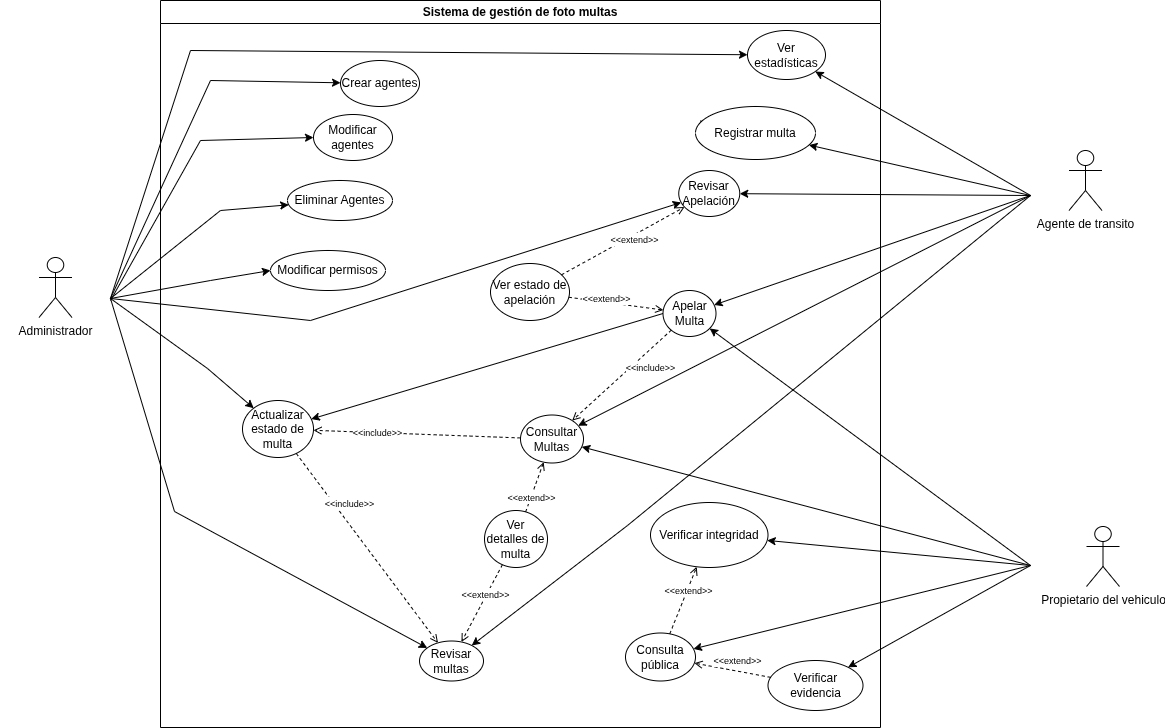
Earlier version of the draw.io export Images/CasosUso.png (CristianGT089/fotomultas). Source tidied: cells renumbered, new cells last; positions are measured from the earlier drawing's top-left corner, leaving out a move shared by most shapes.
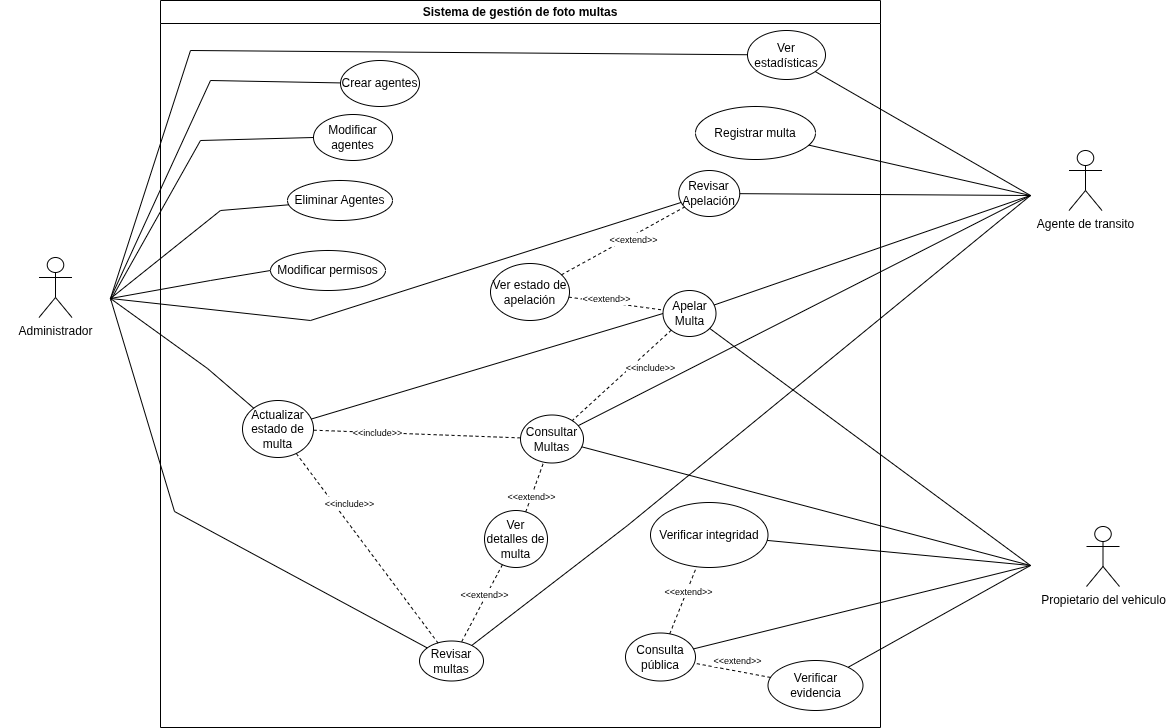
After the change.

Diff of the diagram source:
```diff
@@ -23,7 +23,7 @@
     <mxCell id="8" value="Registrar multa" style="ellipse;whiteSpace=wrap;html=1;" parent="2" vertex="1">
       <mxGeometry x="535" y="106" width="120" height="53" as="geometry" />
     </mxCell>
-    <mxCell id="9" style="html=1;verticalAlign=bottom;labelBackgroundColor=none;endArrow=open;endFill=0;dashed=1;rounded=0;" parent="2" edge="1" source="6" target="7">
+    <mxCell id="9" style="html=1;verticalAlign=bottom;labelBackgroundColor=none;endArrow=none;endFill=0;dashed=1;rounded=0;" parent="2" edge="1" source="6" target="7">
       <mxGeometry x="-0.38" y="31" relative="1" as="geometry" />
     </mxCell>
     <mxCell id="10" value="&lt;span style=&quot;font-size: 9px;&quot;&gt;&amp;lt;&amp;lt;extend&amp;gt;&amp;gt;&lt;/span&gt;" style="edgeLabel;html=1;align=center;verticalAlign=middle;" parent="9" vertex="1">
@@ -34,13 +34,10 @@
     <mxCell id="11" value="Revisar multas" style="ellipse;whiteSpace=wrap;html=1;" parent="2" vertex="1">
       <mxGeometry x="259" y="640.5" width="64" height="40" as="geometry" />
     </mxCell>
-    <mxCell id="12" value="Subir evidencia a IPFS" style="ellipse;whiteSpace=wrap;html=1;" parent="2" vertex="1">
-      <mxGeometry x="370" y="71" width="85" height="43" as="geometry" />
-    </mxCell>
     <mxCell id="13" value="Actualizar estado de multa" style="ellipse;whiteSpace=wrap;html=1;" parent="2" vertex="1">
       <mxGeometry x="82" y="400" width="71" height="57" as="geometry" />
     </mxCell>
-    <mxCell id="14" style="html=1;verticalAlign=bottom;labelBackgroundColor=none;endArrow=open;endFill=0;dashed=1;rounded=0;" parent="2" edge="1" source="13" target="11">
+    <mxCell id="14" style="html=1;verticalAlign=bottom;labelBackgroundColor=none;endArrow=none;endFill=0;dashed=1;rounded=0;" parent="2" edge="1" source="13" target="11">
       <mxGeometry x="0.22" y="-24" relative="1" as="geometry" />
     </mxCell>
     <mxCell id="15" value="&lt;span style=&quot;font-size: 9px;&quot;&gt;&amp;lt;&amp;lt;include&amp;gt;&amp;gt;&lt;/span&gt;" style="edgeLabel;html=1;align=center;verticalAlign=middle;" parent="14" vertex="1">
@@ -51,7 +48,7 @@
     <mxCell id="16" value="Ver detalles de multa" style="ellipse;whiteSpace=wrap;html=1;" parent="2" vertex="1">
       <mxGeometry x="324" y="510" width="63" height="57" as="geometry" />
     </mxCell>
-    <mxCell id="17" style="html=1;verticalAlign=bottom;labelBackgroundColor=none;endArrow=open;endFill=0;dashed=1;rounded=0;" parent="2" edge="1" source="16" target="11">
+    <mxCell id="17" style="html=1;verticalAlign=bottom;labelBackgroundColor=none;endArrow=none;endFill=0;dashed=1;rounded=0;" parent="2" edge="1" source="16" target="11">
       <mxGeometry x="-0.87" y="-33" relative="1" as="geometry" />
     </mxCell>
     <mxCell id="18" value="&lt;font style=&quot;font-size: 9px;&quot;&gt;&amp;lt;&amp;lt;extend&amp;gt;&amp;gt;&lt;/font&gt;" style="edgeLabel;html=1;align=center;verticalAlign=middle;" parent="17" vertex="1">
@@ -62,7 +59,7 @@
     <mxCell id="19" value="Apelar Multa" style="ellipse;whiteSpace=wrap;html=1;" parent="2" vertex="1">
       <mxGeometry x="502.5" y="290" width="53" height="46" as="geometry" />
     </mxCell>
-    <mxCell id="20" style="html=1;verticalAlign=bottom;labelBackgroundColor=none;endArrow=open;endFill=0;dashed=1;rounded=0;" parent="2" edge="1" source="6" target="19">
+    <mxCell id="20" style="html=1;verticalAlign=bottom;labelBackgroundColor=none;endArrow=none;endFill=0;dashed=1;rounded=0;" parent="2" edge="1" source="6" target="19">
       <mxGeometry x="0.1" y="7" relative="1" as="geometry" />
     </mxCell>
     <mxCell id="21" value="&lt;span style=&quot;font-size: 9px;&quot;&gt;&amp;lt;&amp;lt;extend&amp;gt;&amp;gt;&lt;/span&gt;" style="edgeLabel;html=1;align=center;verticalAlign=middle;" parent="20" vertex="1">
@@ -70,7 +67,7 @@
         <mxPoint x="2" y="-5" as="offset" />
       </mxGeometry>
     </mxCell>
-    <mxCell id="22" style="rounded=0;jettySize=auto;html=1;exitX=0;exitY=0.5;exitDx=0;exitDy=0;" parent="2" edge="1" source="19" target="13">
+    <mxCell id="22" style="rounded=0;jettySize=auto;html=1;exitX=0;exitY=0.5;exitDx=0;exitDy=0;endArrow=none;endFill=0;" parent="2" edge="1" source="19" target="13">
       <mxGeometry relative="1" as="geometry" />
     </mxCell>
     <mxCell id="23" value="Consultar Multas" style="ellipse;whiteSpace=wrap;html=1;" parent="2" vertex="1">
@@ -85,7 +82,7 @@
     <mxCell id="26" value="Verificar evidencia" style="ellipse;whiteSpace=wrap;html=1;" parent="2" vertex="1">
       <mxGeometry x="607.5" y="660" width="95" height="50" as="geometry" />
     </mxCell>
-    <mxCell id="27" style="html=1;verticalAlign=bottom;labelBackgroundColor=none;endArrow=open;endFill=0;dashed=1;rounded=0;" parent="2" edge="1" source="23" target="13">
+    <mxCell id="27" style="html=1;verticalAlign=bottom;labelBackgroundColor=none;endArrow=none;endFill=0;dashed=1;rounded=0;" parent="2" edge="1" source="23" target="13">
       <mxGeometry x="0.3" y="-12" relative="1" as="geometry" />
     </mxCell>
     <mxCell id="28" value="&lt;font style=&quot;font-size: 9px;&quot;&gt;&amp;lt;&amp;lt;include&amp;gt;&amp;gt;&lt;/font&gt;" style="edgeLabel;html=1;align=center;verticalAlign=middle;" parent="27" vertex="1">
@@ -93,13 +90,13 @@
         <mxPoint x="-2" y="-1" as="offset" />
       </mxGeometry>
     </mxCell>
-    <mxCell id="29" style="html=1;verticalAlign=bottom;labelBackgroundColor=none;endArrow=open;endFill=0;dashed=1;rounded=0;" parent="2" edge="1" source="16" target="23">
+    <mxCell id="29" style="html=1;verticalAlign=bottom;labelBackgroundColor=none;endArrow=none;endFill=0;dashed=1;rounded=0;" parent="2" edge="1" source="16" target="23">
       <mxGeometry x="-0.54" y="35" relative="1" as="geometry" />
     </mxCell>
     <mxCell id="30" value="&lt;span style=&quot;font-size: 9px;&quot;&gt;&amp;lt;&amp;lt;extend&amp;gt;&amp;gt;&lt;/span&gt;" style="edgeLabel;html=1;align=center;verticalAlign=middle;" parent="29" vertex="1">
       <mxGeometry x="-0.38" relative="1" as="geometry" />
     </mxCell>
-    <mxCell id="31" style="html=1;verticalAlign=bottom;labelBackgroundColor=none;endArrow=open;endFill=0;dashed=1;rounded=0;" parent="2" edge="1" source="19" target="23">
+    <mxCell id="31" style="html=1;verticalAlign=bottom;labelBackgroundColor=none;endArrow=none;endFill=0;dashed=1;rounded=0;" parent="2" edge="1" source="19" target="23">
       <mxGeometry x="0.3" y="-12" relative="1" as="geometry" />
     </mxCell>
     <mxCell id="32" value="&lt;span style=&quot;font-size: 9px;&quot;&gt;&amp;lt;&amp;lt;include&amp;gt;&amp;gt;&lt;/span&gt;" style="edgeLabel;html=1;align=center;verticalAlign=middle;" parent="31" vertex="1">
@@ -107,15 +104,7 @@
         <mxPoint x="5" y="13" as="offset" />
       </mxGeometry>
     </mxCell>
-    <mxCell id="33" style="html=1;verticalAlign=bottom;labelBackgroundColor=none;endArrow=open;endFill=0;dashed=1;rounded=0;" parent="2" edge="1" source="8" target="12">
-      <mxGeometry relative="1" as="geometry" />
-    </mxCell>
-    <mxCell id="34" value="&lt;span style=&quot;font-size: 9px;&quot;&gt;&amp;lt;&amp;lt;include&amp;gt;&amp;gt;&lt;/span&gt;" style="edgeLabel;html=1;align=center;verticalAlign=middle;" parent="33" vertex="1">
-      <mxGeometry relative="1" as="geometry">
-        <mxPoint x="5" y="-1" as="offset" />
-      </mxGeometry>
-    </mxCell>
-    <mxCell id="35" style="html=1;verticalAlign=bottom;labelBackgroundColor=none;endArrow=open;endFill=0;dashed=1;rounded=0;" parent="2" edge="1" source="25" target="24">
+    <mxCell id="35" style="html=1;verticalAlign=bottom;labelBackgroundColor=none;endArrow=none;endFill=0;dashed=1;rounded=0;" parent="2" edge="1" source="25" target="24">
       <mxGeometry relative="1" as="geometry" />
     </mxCell>
     <mxCell id="36" value="&lt;span style=&quot;font-size: 9px;&quot;&gt;&amp;lt;&amp;lt;extend&amp;gt;&amp;gt;&lt;/span&gt;" style="edgeLabel;html=1;align=center;verticalAlign=middle;" parent="35" vertex="1">
@@ -123,7 +112,7 @@
         <mxPoint x="5" y="-10" as="offset" />
       </mxGeometry>
     </mxCell>
-    <mxCell id="37" style="html=1;verticalAlign=bottom;labelBackgroundColor=none;endArrow=open;endFill=0;dashed=1;rounded=0;" parent="2" edge="1" source="26" target="25">
+    <mxCell id="37" style="html=1;verticalAlign=bottom;labelBackgroundColor=none;endArrow=none;endFill=0;dashed=1;rounded=0;" parent="2" edge="1" source="26" target="25">
       <mxGeometry relative="1" as="geometry" />
     </mxCell>
     <mxCell id="38" value="&lt;span style=&quot;font-size: 9px;&quot;&gt;&amp;lt;&amp;lt;extend&amp;gt;&amp;gt;&lt;/span&gt;" style="edgeLabel;html=1;align=center;verticalAlign=middle;" parent="37" vertex="1">
@@ -137,7 +126,7 @@
     <mxCell id="40" value="Modificar agentes" style="ellipse;whiteSpace=wrap;html=1;" parent="2" vertex="1">
       <mxGeometry x="153" y="114" width="79" height="46" as="geometry" />
     </mxCell>
-    <mxCell id="41" style="rounded=0;jettySize=auto;html=1;entryX=0;entryY=0.5;entryDx=0;entryDy=0;" parent="2" edge="1" target="40">
+    <mxCell id="41" style="rounded=0;jettySize=auto;html=1;entryX=0;entryY=0.5;entryDx=0;entryDy=0;endArrow=none;endFill=0;" parent="2" edge="1" target="40">
       <mxGeometry relative="1" as="geometry">
         <mxPoint x="-50" y="300" as="sourcePoint" />
         <Array as="points">
@@ -154,10 +143,10 @@
     <mxCell id="44" value="Propietario del vehiculo" style="shape=umlActor;verticalLabelPosition=bottom;verticalAlign=top;html=1;strokeColor=default;swimlaneLine=1;" parent="42" vertex="1">
       <mxGeometry x="56" y="16" width="33" height="60" as="geometry" />
     </mxCell>
-    <mxCell id="45" style="rounded=0;jettySize=auto;html=1;exitX=0;exitY=0.5;exitDx=0;exitDy=0;" parent="1" edge="1" source="43" target="19">
+    <mxCell id="45" style="rounded=0;jettySize=auto;html=1;exitX=0;exitY=0.5;exitDx=0;exitDy=0;endArrow=none;endFill=0;" parent="1" edge="1" source="43" target="19">
       <mxGeometry relative="1" as="geometry" />
     </mxCell>
-    <mxCell id="46" style="rounded=0;jettySize=auto;html=1;exitX=0;exitY=0.5;exitDx=0;exitDy=0;" parent="1" edge="1" source="43" target="23">
+    <mxCell id="46" style="rounded=0;jettySize=auto;html=1;exitX=0;exitY=0.5;exitDx=0;exitDy=0;endArrow=none;endFill=0;" parent="1" edge="1" source="43" target="23">
       <mxGeometry relative="1" as="geometry" />
     </mxCell>
     <mxCell id="47" style="group;" parent="1" vertex="1">
@@ -169,21 +158,21 @@
     <mxCell id="49" value="Administrador" style="shape=umlActor;verticalLabelPosition=bottom;verticalAlign=top;html=1;strokeColor=default;swimlaneLine=1;" parent="47" vertex="1">
       <mxGeometry x="38.5" y="14" width="33" height="60" as="geometry" />
     </mxCell>
-    <mxCell id="50" style="rounded=0;jettySize=auto;html=1;exitX=1;exitY=0.5;exitDx=0;exitDy=0;" parent="1" edge="1" source="48" target="11">
+    <mxCell id="50" style="rounded=0;jettySize=auto;html=1;exitX=1;exitY=0.5;exitDx=0;exitDy=0;endArrow=none;endFill=0;" parent="1" edge="1" source="48" target="11">
       <mxGeometry relative="1" as="geometry">
         <Array as="points">
           <mxPoint x="174" y="511" />
         </Array>
       </mxGeometry>
     </mxCell>
-    <mxCell id="51" style="rounded=0;jettySize=auto;html=1;exitX=1;exitY=0.5;exitDx=0;exitDy=0;" parent="1" edge="1" source="48" target="3">
+    <mxCell id="51" style="rounded=0;jettySize=auto;html=1;exitX=1;exitY=0.5;exitDx=0;exitDy=0;endArrow=none;endFill=0;" parent="1" edge="1" source="48" target="3">
       <mxGeometry relative="1" as="geometry">
         <Array as="points">
           <mxPoint x="190" y="50" />
         </Array>
       </mxGeometry>
     </mxCell>
-    <mxCell id="52" style="rounded=0;jettySize=auto;html=1;exitX=1;exitY=0.5;exitDx=0;exitDy=0;" parent="1" edge="1" source="48" target="4">
+    <mxCell id="52" style="rounded=0;jettySize=auto;html=1;exitX=1;exitY=0.5;exitDx=0;exitDy=0;endArrow=none;endFill=0;" parent="1" edge="1" source="48" target="4">
       <mxGeometry relative="1" as="geometry">
         <Array as="points">
           <mxPoint x="210" y="80" />
@@ -199,63 +188,63 @@
     <mxCell id="55" value="Agente de transito" style="shape=umlActor;verticalLabelPosition=bottom;verticalAlign=top;html=1;strokeColor=default;swimlaneLine=1;" parent="53" vertex="1">
       <mxGeometry x="38.5" y="10" width="33" height="60" as="geometry" />
     </mxCell>
-    <mxCell id="56" style="rounded=0;jettySize=auto;html=1;exitX=0;exitY=0.5;exitDx=0;exitDy=0;" parent="1" edge="1" source="54" target="3">
+    <mxCell id="56" style="rounded=0;jettySize=auto;html=1;exitX=0;exitY=0.5;exitDx=0;exitDy=0;endArrow=none;endFill=0;" parent="1" edge="1" source="54" target="3">
       <mxGeometry relative="1" as="geometry" />
     </mxCell>
-    <mxCell id="57" style="rounded=0;jettySize=auto;html=1;exitX=0;exitY=0.5;exitDx=0;exitDy=0;" parent="1" edge="1" source="54" target="7">
+    <mxCell id="57" style="rounded=0;jettySize=auto;html=1;exitX=0;exitY=0.5;exitDx=0;exitDy=0;endArrow=none;endFill=0;" parent="1" edge="1" source="54" target="7">
       <mxGeometry relative="1" as="geometry" />
     </mxCell>
-    <mxCell id="58" style="rounded=0;jettySize=auto;html=1;exitX=0;exitY=0.5;exitDx=0;exitDy=0;" parent="1" edge="1" source="54" target="23">
+    <mxCell id="58" style="rounded=0;jettySize=auto;html=1;exitX=0;exitY=0.5;exitDx=0;exitDy=0;endArrow=none;endFill=0;" parent="1" edge="1" source="54" target="23">
       <mxGeometry relative="1" as="geometry" />
     </mxCell>
-    <mxCell id="59" style="rounded=0;jettySize=auto;html=1;exitX=0;exitY=0.5;exitDx=0;exitDy=0;" parent="1" edge="1" source="54" target="11">
+    <mxCell id="59" style="rounded=0;jettySize=auto;html=1;exitX=0;exitY=0.5;exitDx=0;exitDy=0;endArrow=none;endFill=0;" parent="1" edge="1" source="54" target="11">
       <mxGeometry relative="1" as="geometry">
         <Array as="points">
           <mxPoint x="627" y="525" />
         </Array>
       </mxGeometry>
     </mxCell>
-    <mxCell id="60" style="rounded=0;jettySize=auto;html=1;exitX=1;exitY=0.5;exitDx=0;exitDy=0;" parent="1" edge="1" source="48" target="7">
+    <mxCell id="60" style="rounded=0;jettySize=auto;html=1;exitX=1;exitY=0.5;exitDx=0;exitDy=0;endArrow=none;endFill=0;" parent="1" edge="1" source="48" target="7">
       <mxGeometry relative="1" as="geometry">
         <Array as="points">
           <mxPoint x="310" y="320" />
         </Array>
       </mxGeometry>
     </mxCell>
-    <mxCell id="61" style="rounded=0;jettySize=auto;html=1;exitX=1;exitY=0.5;exitDx=0;exitDy=0;" parent="1" edge="1" source="48" target="13">
+    <mxCell id="61" style="rounded=0;jettySize=auto;html=1;exitX=1;exitY=0.5;exitDx=0;exitDy=0;endArrow=none;endFill=0;" parent="1" edge="1" source="48" target="13">
       <mxGeometry relative="1" as="geometry">
         <Array as="points">
           <mxPoint x="207" y="368" />
         </Array>
       </mxGeometry>
     </mxCell>
-    <mxCell id="62" style="rounded=0;jettySize=auto;html=1;exitX=1;exitY=0.5;exitDx=0;exitDy=0;" parent="1" edge="1" source="48" target="39">
+    <mxCell id="62" style="rounded=0;jettySize=auto;html=1;exitX=1;exitY=0.5;exitDx=0;exitDy=0;endArrow=none;endFill=0;" parent="1" edge="1" source="48" target="39">
       <mxGeometry relative="1" as="geometry">
         <Array as="points">
           <mxPoint x="220" y="210" />
         </Array>
       </mxGeometry>
     </mxCell>
-    <mxCell id="63" style="rounded=0;jettySize=auto;html=1;exitX=1;exitY=0.5;exitDx=0;exitDy=0;entryX=0;entryY=0.5;entryDx=0;entryDy=0;" parent="1" edge="1" source="48" target="5">
+    <mxCell id="63" style="rounded=0;jettySize=auto;html=1;exitX=1;exitY=0.5;exitDx=0;exitDy=0;entryX=0;entryY=0.5;entryDx=0;entryDy=0;endArrow=none;endFill=0;" parent="1" edge="1" source="48" target="5">
       <mxGeometry relative="1" as="geometry">
         <Array as="points">
           <mxPoint x="210" y="280" />
         </Array>
       </mxGeometry>
     </mxCell>
-    <mxCell id="64" style="rounded=0;jettySize=auto;html=1;exitX=0;exitY=0.5;exitDx=0;exitDy=0;" parent="1" edge="1" source="54" target="19">
+    <mxCell id="64" style="rounded=0;jettySize=auto;html=1;exitX=0;exitY=0.5;exitDx=0;exitDy=0;endArrow=none;endFill=0;" parent="1" edge="1" source="54" target="19">
       <mxGeometry relative="1" as="geometry" />
     </mxCell>
-    <mxCell id="65" style="rounded=0;jettySize=auto;html=1;exitX=0;exitY=0.5;exitDx=0;exitDy=0;" parent="1" edge="1" source="54" target="8">
+    <mxCell id="65" style="rounded=0;jettySize=auto;html=1;exitX=0;exitY=0.5;exitDx=0;exitDy=0;endArrow=none;endFill=0;" parent="1" edge="1" source="54" target="8">
       <mxGeometry relative="1" as="geometry" />
     </mxCell>
-    <mxCell id="66" style="rounded=0;jettySize=auto;html=1;exitX=0;exitY=0.5;exitDx=0;exitDy=0;" parent="1" edge="1" source="43" target="24">
+    <mxCell id="66" style="rounded=0;jettySize=auto;html=1;exitX=0;exitY=0.5;exitDx=0;exitDy=0;endArrow=none;endFill=0;" parent="1" edge="1" source="43" target="24">
       <mxGeometry relative="1" as="geometry" />
     </mxCell>
-    <mxCell id="67" style="rounded=0;jettySize=auto;html=1;exitX=0;exitY=0.5;exitDx=0;exitDy=0;" parent="1" edge="1" source="43" target="25">
+    <mxCell id="67" style="rounded=0;jettySize=auto;html=1;exitX=0;exitY=0.5;exitDx=0;exitDy=0;endArrow=none;endFill=0;" parent="1" edge="1" source="43" target="25">
       <mxGeometry relative="1" as="geometry" />
     </mxCell>
-    <mxCell id="68" style="rounded=0;jettySize=auto;html=1;exitX=0;exitY=0.5;exitDx=0;exitDy=0;" parent="1" edge="1" source="43" target="26">
+    <mxCell id="68" style="rounded=0;jettySize=auto;html=1;exitX=0;exitY=0.5;exitDx=0;exitDy=0;endArrow=none;endFill=0;" parent="1" edge="1" source="43" target="26">
       <mxGeometry relative="1" as="geometry" />
     </mxCell>
   </root>
```
